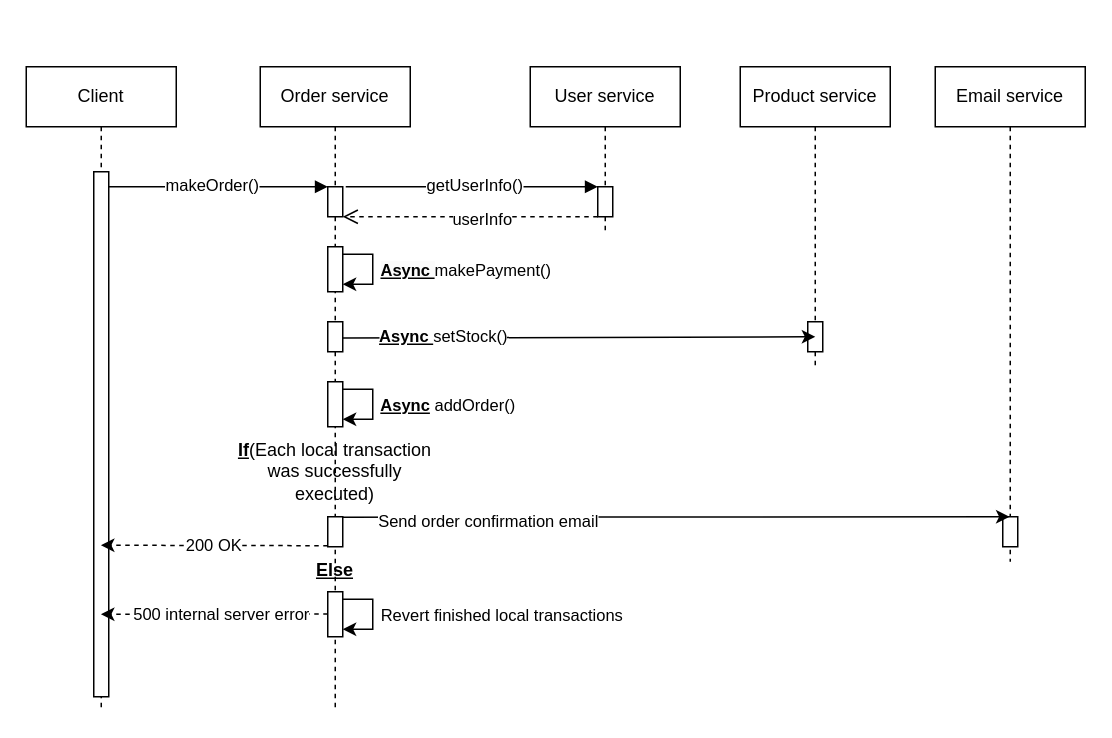
This is Architecture/order.drawio from vacu9708/Shopping-mall, a draw.io file, before an edit. Source tidied: cells renumbered, new cells numbered last; positions are measured from the earlier drawing's top-left corner, leaving out a move shared by most shapes. Both pictures are drawn from the tidied source at 150%, with x=0, y=0 at pixel (26, 66).
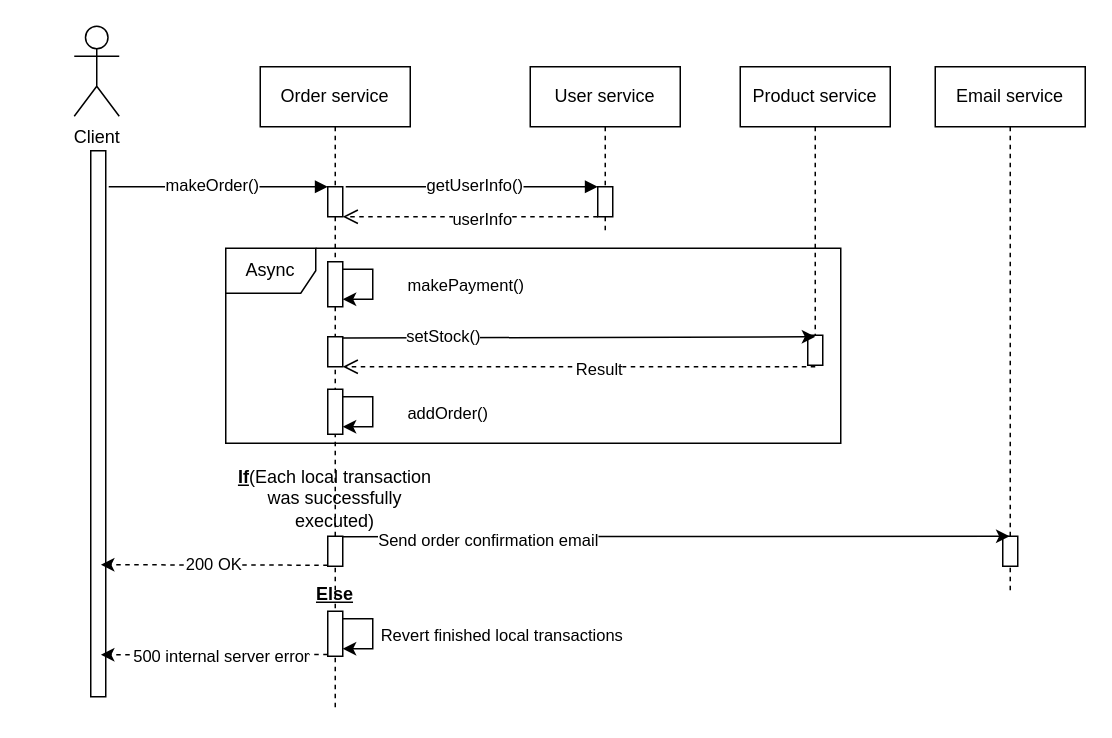
Above is the later version.

Unchanged cells that the change refers to:
```xml
<mxCell id="4" value="Order service" style="shape=umlLifeline;perimeter=lifelinePerimeter;whiteSpace=wrap;html=1;newEdgeStyle={&quot;edgeStyle&quot;:&quot;elbowEdgeStyle&quot;,&quot;elbow&quot;:&quot;vertical&quot;,&quot;curved&quot;:0,&quot;rounded&quot;:0};" parent="1" vertex="1">
  <mxGeometry x="156" width="100" height="430" as="geometry" />
</mxCell>
<mxCell id="5" style="html=1;points=[];perimeter=orthogonalPerimeter;outlineConnect=0;targetShapes=umlLifeline;portConstraint=eastwest;newEdgeStyle={&quot;edgeStyle&quot;:&quot;elbowEdgeStyle&quot;,&quot;elbow&quot;:&quot;vertical&quot;,&quot;curved&quot;:0,&quot;rounded&quot;:0};" parent="4" vertex="1">
  <mxGeometry x="45" y="80" width="10" height="20" as="geometry" />
</mxCell>
<mxCell id="7" style="edgeStyle=elbowEdgeStyle;rounded=0;orthogonalLoop=1;jettySize=auto;html=1;elbow=vertical;curved=0;" parent="4" edge="1" source="6" target="6">
  <mxGeometry relative="1" as="geometry" />
</mxCell>
<mxCell id="11" style="edgeStyle=elbowEdgeStyle;rounded=0;orthogonalLoop=1;jettySize=auto;html=1;elbow=vertical;curved=0;" parent="4" edge="1" source="10" target="10">
  <mxGeometry relative="1" as="geometry" />
</mxCell>
<mxCell id="18" value="Product service" style="shape=umlLifeline;perimeter=lifelinePerimeter;whiteSpace=wrap;html=1;newEdgeStyle={&quot;edgeStyle&quot;:&quot;elbowEdgeStyle&quot;,&quot;elbow&quot;:&quot;vertical&quot;,&quot;curved&quot;:0,&quot;rounded&quot;:0};" parent="1" vertex="1">
  <mxGeometry x="476" width="100" height="200" as="geometry" />
</mxCell>
```

Change to the diagram source:
```diff
@@
-    <mxCell id="2" value="Client" style="shape=umlLifeline;perimeter=lifelinePerimeter;whiteSpace=wrap;html=1;newEdgeStyle={&quot;edgeStyle&quot;:&quot;elbowEdgeStyle&quot;,&quot;elbow&quot;:&quot;vertical&quot;,&quot;curved&quot;:0,&quot;rounded&quot;:0};" parent="1" vertex="1">
-      <mxGeometry width="100" height="430" as="geometry" />
-    </mxCell>
-    <mxCell id="3" style="html=1;points=[];perimeter=orthogonalPerimeter;outlineConnect=0;targetShapes=umlLifeline;portConstraint=eastwest;newEdgeStyle={&quot;edgeStyle&quot;:&quot;elbowEdgeStyle&quot;,&quot;elbow&quot;:&quot;vertical&quot;,&quot;curved&quot;:0,&quot;rounded&quot;:0};" parent="2" vertex="1">
-      <mxGeometry x="45" y="70" width="10" height="350" as="geometry" />
-    </mxCell>
+    <mxCell id="38" style="html=1;perimeter=orthogonalPerimeter;targetShapes=umlLifeline;newEdgeStyle={&quot;curved&quot;:0,&quot;rounded&quot;:0};" parent="1" vertex="1">
+      <mxGeometry x="43" y="56" width="10" height="364" as="geometry" />
+    </mxCell>
@@
     <mxCell id="6" style="html=1;points=[];perimeter=orthogonalPerimeter;outlineConnect=0;targetShapes=umlLifeline;portConstraint=eastwest;newEdgeStyle={&quot;edgeStyle&quot;:&quot;elbowEdgeStyle&quot;,&quot;elbow&quot;:&quot;vertical&quot;,&quot;curved&quot;:0,&quot;rounded&quot;:0};" parent="4" vertex="1">
-      <mxGeometry x="45" y="120" width="10" height="30" as="geometry" />
+      <mxGeometry x="45" y="130" width="10" height="30" as="geometry" />
     </mxCell>
@@
-    <mxCell id="8" value="&lt;b style=&quot;border-color: var(--border-color); background-color: rgb(251, 251, 251);&quot;&gt;&lt;u&gt;Async&amp;nbsp;&lt;/u&gt;&lt;/b&gt;&lt;span style=&quot;border-color: var(--border-color);&quot;&gt;makePayment()&lt;/span&gt;" style="edgeLabel;html=1;align=center;verticalAlign=middle;" parent="7" vertex="1">
+    <mxCell id="8" value="&lt;span style=&quot;border-color: var(--border-color);&quot;&gt;makePayment()&lt;/span&gt;" style="edgeLabel;html=1;align=center;verticalAlign=middle;" parent="7" vertex="1">
       <mxGeometry x="0.33" y="2" relative="1" as="geometry">
         <mxPoint x="61" y="-12" as="offset" />
       </mxGeometry>
     </mxCell>
     <mxCell id="9" style="html=1;points=[];perimeter=orthogonalPerimeter;outlineConnect=0;targetShapes=umlLifeline;portConstraint=eastwest;newEdgeStyle={&quot;edgeStyle&quot;:&quot;elbowEdgeStyle&quot;,&quot;elbow&quot;:&quot;vertical&quot;,&quot;curved&quot;:0,&quot;rounded&quot;:0};" parent="4" vertex="1">
-      <mxGeometry x="45" y="170" width="10" height="20" as="geometry" />
+      <mxGeometry x="45" y="180" width="10" height="20" as="geometry" />
     </mxCell>
     <mxCell id="10" style="html=1;points=[];perimeter=orthogonalPerimeter;outlineConnect=0;targetShapes=umlLifeline;portConstraint=eastwest;newEdgeStyle={&quot;edgeStyle&quot;:&quot;elbowEdgeStyle&quot;,&quot;elbow&quot;:&quot;vertical&quot;,&quot;curved&quot;:0,&quot;rounded&quot;:0};" parent="4" vertex="1">
-      <mxGeometry x="45" y="210" width="10" height="30" as="geometry" />
+      <mxGeometry x="45" y="215" width="10" height="30" as="geometry" />
     </mxCell>
@@
-    <mxCell id="12" value="&lt;b&gt;&lt;u&gt;Async&lt;/u&gt; &lt;/b&gt;addOrder()" style="edgeLabel;html=1;align=center;verticalAlign=middle;" parent="11" vertex="1">
+    <mxCell id="12" value="addOrder()" style="edgeLabel;html=1;align=center;verticalAlign=middle;" parent="11" vertex="1">
       <mxGeometry relative="1" as="geometry">
         <mxPoint x="49" as="offset" />
       </mxGeometry>
     </mxCell>
     <mxCell id="13" style="html=1;perimeter=orthogonalPerimeter;targetShapes=umlLifeline;newEdgeStyle={&quot;edgeStyle&quot;:&quot;elbowEdgeStyle&quot;,&quot;elbow&quot;:&quot;vertical&quot;,&quot;curved&quot;:0,&quot;rounded&quot;:0};" parent="4" vertex="1">
-      <mxGeometry x="45" y="300" width="10" height="20" as="geometry" />
+      <mxGeometry x="45" y="313" width="10" height="20" as="geometry" />
     </mxCell>
-    <mxCell id="14" style="html=1;verticalAlign=bottom;endArrow=block;edgeStyle=elbowEdgeStyle;elbow=vertical;curved=0;rounded=0;" parent="1" edge="1" source="3" target="5">
+    <mxCell id="14" style="html=1;verticalAlign=bottom;endArrow=block;edgeStyle=elbowEdgeStyle;elbow=vertical;curved=0;rounded=0;" parent="1" edge="1" target="5">
       <mxGeometry relative="1" as="geometry">
+        <mxPoint x="55" y="80" as="sourcePoint" />
         <Array as="points">
           <mxPoint x="116" y="80" />
         </Array>
       </mxGeometry>
     </mxCell>
@@
     <mxCell id="19" style="html=1;points=[];perimeter=orthogonalPerimeter;outlineConnect=0;targetShapes=umlLifeline;portConstraint=eastwest;newEdgeStyle={&quot;edgeStyle&quot;:&quot;elbowEdgeStyle&quot;,&quot;elbow&quot;:&quot;vertical&quot;,&quot;curved&quot;:0,&quot;rounded&quot;:0};" parent="18" vertex="1">
-      <mxGeometry x="45" y="170" width="10" height="20" as="geometry" />
+      <mxGeometry x="45" y="179" width="10" height="20" as="geometry" />
     </mxCell>
@@
-    <mxCell id="22" style="edgeStyle=elbowEdgeStyle;rounded=0;jettySize=auto;html=1;elbow=vertical;curved=0;entryX=0.5;entryY=0.5;entryDx=0;entryDy=0;entryPerimeter=0;" parent="1" edge="1" target="19">
+    <mxCell id="22" style="edgeStyle=elbowEdgeStyle;rounded=0;orthogonalLoop=1;jettySize=auto;html=1;elbow=vertical;curved=0;entryX=0.5;entryY=0.5;entryDx=0;entryDy=0;entryPerimeter=0;" parent="1" edge="1">
       <mxGeometry relative="1" as="geometry">
         <mxPoint x="211" y="180.9" as="sourcePoint" />
+        <mxPoint x="526" y="180" as="targetPoint" />
       </mxGeometry>
     </mxCell>
-    <mxCell id="23" value="&lt;u&gt;&lt;b&gt;Async &lt;/b&gt;&lt;/u&gt;setStock()" style="edgeLabel;html=1;align=center;verticalAlign=middle;" parent="22" vertex="1">
+    <mxCell id="23" value="setStock()" style="edgeLabel;html=1;align=center;verticalAlign=middle;" parent="22" vertex="1">
       <mxGeometry x="-0.68" y="1" relative="1" as="geometry">
         <mxPoint x="16" as="offset" />
       </mxGeometry>
     </mxCell>
     <mxCell id="24" value="Email service" style="shape=umlLifeline;perimeter=lifelinePerimeter;whiteSpace=wrap;html=1;newEdgeStyle={&quot;edgeStyle&quot;:&quot;elbowEdgeStyle&quot;,&quot;elbow&quot;:&quot;vertical&quot;,&quot;curved&quot;:0,&quot;rounded&quot;:0};" parent="1" vertex="1">
-      <mxGeometry x="606" width="100" height="330" as="geometry" />
+      <mxGeometry x="606" width="100" height="350" as="geometry" />
     </mxCell>
     <mxCell id="25" style="html=1;perimeter=orthogonalPerimeter;targetShapes=umlLifeline;newEdgeStyle={&quot;edgeStyle&quot;:&quot;elbowEdgeStyle&quot;,&quot;elbow&quot;:&quot;vertical&quot;,&quot;curved&quot;:0,&quot;rounded&quot;:0};" parent="24" vertex="1">
-      <mxGeometry x="45" y="300" width="10" height="20" as="geometry" />
+      <mxGeometry x="45" y="313" width="10" height="20" as="geometry" />
     </mxCell>
@@
     <mxCell id="28" value="&lt;b&gt;&lt;u&gt;If&lt;/u&gt;&lt;/b&gt;(Each local transaction was successfully executed)" style="text;html=1;strokeColor=none;fillColor=none;align=center;verticalAlign=middle;whiteSpace=wrap;rounded=0;" parent="1" vertex="1">
-      <mxGeometry x="136" y="250" width="140" height="40" as="geometry" />
+      <mxGeometry x="136" y="268" width="140" height="40" as="geometry" />
     </mxCell>
     <mxCell id="29" style="edgeStyle=elbowEdgeStyle;rounded=0;orthogonalLoop=1;jettySize=auto;html=1;elbow=vertical;curved=0;" parent="1" edge="1">
       <mxGeometry relative="1" as="geometry">
-        <mxPoint x="211" y="300.3" as="sourcePoint" />
-        <mxPoint x="655.5" y="300.3" as="targetPoint" />
+        <mxPoint x="211" y="313.3" as="sourcePoint" />
+        <mxPoint x="655.5" y="313.3" as="targetPoint" />
       </mxGeometry>
     </mxCell>
@@
     <mxCell id="31" value="&lt;b&gt;&lt;u&gt;Else&lt;/u&gt;&lt;/b&gt;" style="text;html=1;strokeColor=none;fillColor=none;align=center;verticalAlign=middle;whiteSpace=wrap;rounded=0;" parent="1" vertex="1">
-      <mxGeometry x="186" y="326" width="40" height="20" as="geometry" />
+      <mxGeometry x="186" y="342" width="40" height="20" as="geometry" />
     </mxCell>
     <mxCell id="32" value="200 OK" style="edgeStyle=elbowEdgeStyle;rounded=0;orthogonalLoop=1;jettySize=auto;html=1;elbow=vertical;curved=0;dashed=1;" parent="1" edge="1">
       <mxGeometry relative="1" as="geometry">
-        <mxPoint x="201" y="319.3" as="sourcePoint" />
-        <mxPoint x="49.8" y="319.3" as="targetPoint" />
+        <mxPoint x="201" y="332.3" as="sourcePoint" />
+        <mxPoint x="49.8" y="332.3" as="targetPoint" />
       </mxGeometry>
     </mxCell>
     <mxCell id="33" style="edgeStyle=elbowEdgeStyle;rounded=0;orthogonalLoop=1;jettySize=auto;html=1;elbow=vertical;curved=0;dashed=1;" parent="1" edge="1">
       <mxGeometry relative="1" as="geometry">
-        <mxPoint x="201" y="364.8" as="sourcePoint" />
-        <mxPoint x="49.8" y="364.8" as="targetPoint" />
+        <mxPoint x="201" y="391.8" as="sourcePoint" />
+        <mxPoint x="49.8" y="391.8" as="targetPoint" />
       </mxGeometry>
     </mxCell>
     <mxCell id="34" value="500 internal server error" style="edgeLabel;html=1;align=center;verticalAlign=middle;" parent="33" vertex="1">
       <mxGeometry x="0.12" y="-3" relative="1" as="geometry">
-        <mxPoint x="13" y="2" as="offset" />
+        <mxPoint x="13" y="3" as="offset" />
       </mxGeometry>
     </mxCell>
     <mxCell id="35" style="html=1;points=[];perimeter=orthogonalPerimeter;outlineConnect=0;targetShapes=umlLifeline;portConstraint=eastwest;newEdgeStyle={&quot;edgeStyle&quot;:&quot;elbowEdgeStyle&quot;,&quot;elbow&quot;:&quot;vertical&quot;,&quot;curved&quot;:0,&quot;rounded&quot;:0};" parent="1" vertex="1">
-      <mxGeometry x="201" y="350" width="10" height="30" as="geometry" />
+      <mxGeometry x="201" y="363" width="10" height="30" as="geometry" />
     </mxCell>
@@
+    <mxCell id="39" value="Async" style="shape=umlFrame;whiteSpace=wrap;html=1;" parent="1" vertex="1">
+      <mxGeometry x="133" y="121" width="410" height="130" as="geometry" />
+    </mxCell>
+    <mxCell id="2" value="Client" style="shape=umlActor;verticalLabelPosition=bottom;verticalAlign=top;html=1;" parent="1" vertex="1">
+      <mxGeometry x="32" y="-27" width="30" height="60" as="geometry" />
+    </mxCell>
+    <mxCell id="40" style="html=1;verticalAlign=bottom;endArrow=open;dashed=1;endSize=8;edgeStyle=elbowEdgeStyle;elbow=vertical;curved=0;rounded=0;" parent="1" edge="1" target="9">
+      <mxGeometry relative="1" as="geometry">
+        <mxPoint x="526" y="200" as="sourcePoint" />
+      </mxGeometry>
+    </mxCell>
+    <mxCell id="41" value="Result" style="edgeLabel;html=1;align=center;verticalAlign=middle;" parent="40" vertex="1">
+      <mxGeometry x="-0.08" y="1" relative="1" as="geometry" />
+    </mxCell>
```
